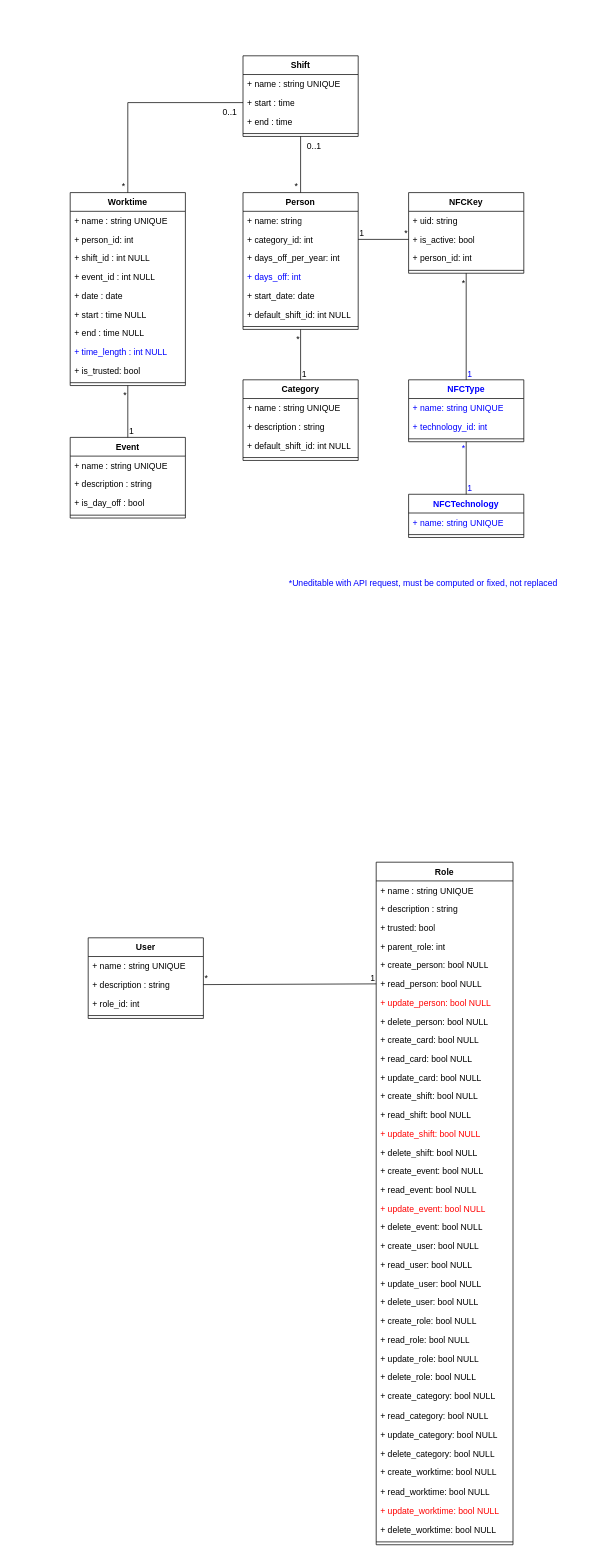
Above: TimeManagerMLD.drawio in FrShao/TimeManager (draw.io), before the change. Source tidied: cells renumbered, new cells numbered last; positions are measured from the earlier drawing's top-left corner, leaving out a move shared by most shapes. Both pictures are drawn from the tidied source at 72%, with x=0, y=0 at pixel (70, 55).
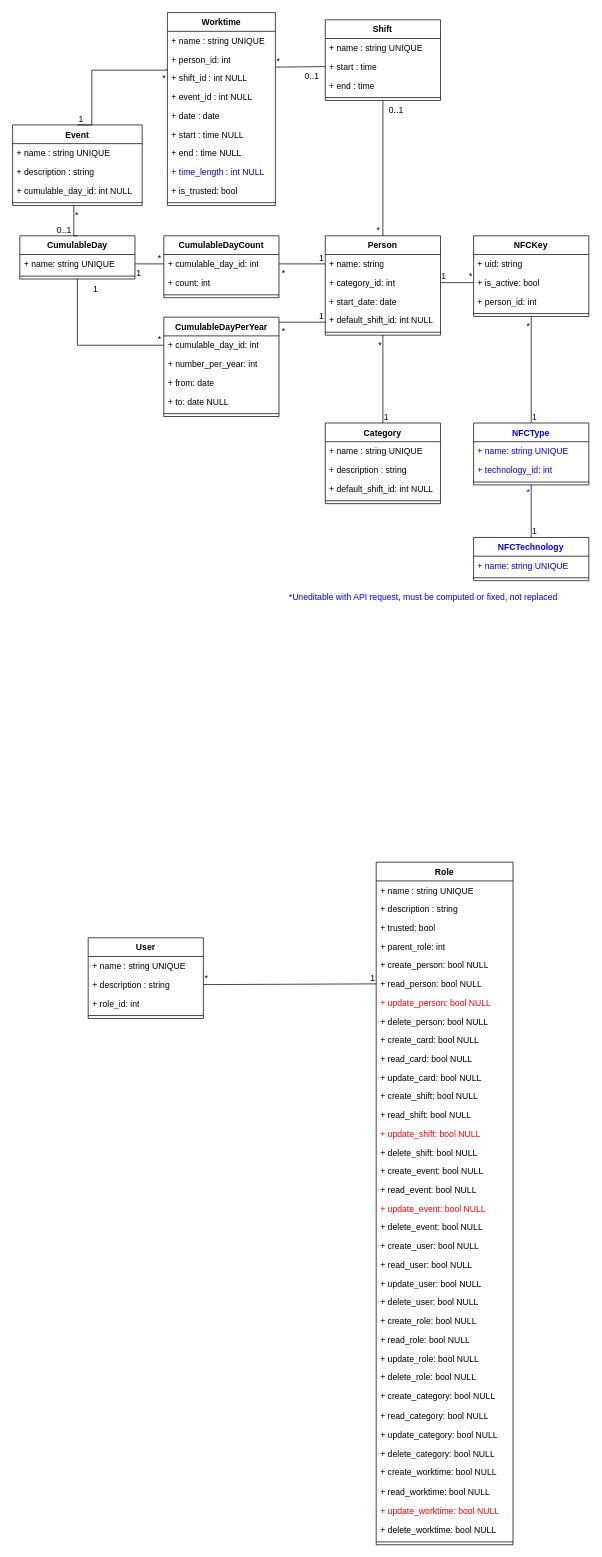
The same page after the edit.

Commit message (it also covers changes not shown here):
Mettre à jour TimeManagerMLD.drawio

Unchanged cells that the change refers to:
```xml
<mxCell id="70" value="+ start : time" style="text;strokeColor=none;fillColor=none;align=left;verticalAlign=top;spacingLeft=4;spacingRight=4;overflow=hidden;points=[[0,0.5],[1,0.5]];portConstraint=eastwest;whiteSpace=wrap;html=1;" parent="68" vertex="1">
  <mxGeometry y="52" width="160" height="26" as="geometry" />
</mxCell>
```

Change to the diagram source:
```diff
@@
     <mxCell id="2" value="Person" style="swimlane;fontStyle=1;align=center;verticalAlign=top;horizontal=1;startSize=26;whiteSpace=wrap;html=1;" parent="1" vertex="1">
-      <mxGeometry x="240" y="190" width="160" height="190" as="geometry" />
+      <mxGeometry x="354.3" y="250" width="160" height="138" as="geometry" />
     </mxCell>
@@
-    <mxCell id="5" value="+ days_off_per_year: int" style="text;strokeColor=none;fillColor=none;align=left;verticalAlign=top;spacingLeft=4;spacingRight=4;overflow=hidden;whiteSpace=wrap;html=1;" parent="2" vertex="1">
-      <mxGeometry y="78" width="160" height="26" as="geometry" />
-    </mxCell>
-    <mxCell id="6" value="+ days_off&lt;span style=&quot;background-color: initial;&quot;&gt;: int&lt;/span&gt;" style="text;strokeColor=none;fillColor=none;align=left;verticalAlign=top;spacingLeft=4;spacingRight=4;overflow=hidden;whiteSpace=wrap;html=1;fontColor=#0000FF;" parent="2" vertex="1">
-      <mxGeometry y="104" width="160" height="26" as="geometry" />
-    </mxCell>
     <mxCell id="7" value="+ start_date&lt;span style=&quot;background-color: initial;&quot;&gt;: date&lt;/span&gt;" style="text;strokeColor=none;fillColor=none;align=left;verticalAlign=top;spacingLeft=4;spacingRight=4;overflow=hidden;whiteSpace=wrap;html=1;" parent="2" vertex="1">
-      <mxGeometry y="130" width="160" height="26" as="geometry" />
+      <mxGeometry y="78" width="160" height="26" as="geometry" />
     </mxCell>
     <mxCell id="8" value="+ default_shift_id: int NULL" style="text;strokeColor=none;fillColor=none;align=left;verticalAlign=top;spacingLeft=4;spacingRight=4;overflow=hidden;whiteSpace=wrap;html=1;" parent="2" vertex="1">
-      <mxGeometry y="156" width="160" height="26" as="geometry" />
+      <mxGeometry y="104" width="160" height="26" as="geometry" />
     </mxCell>
     <mxCell id="9" style="line;strokeWidth=1;fillColor=none;align=left;verticalAlign=middle;spacingTop=-1;spacingLeft=3;spacingRight=3;labelPosition=right;strokeColor=inherit;" parent="2" vertex="1">
-      <mxGeometry y="182" width="160" height="8" as="geometry" />
+      <mxGeometry y="130" width="160" height="8" as="geometry" />
     </mxCell>
     <mxCell id="10" value="NFCKey" style="swimlane;fontStyle=1;align=center;verticalAlign=top;horizontal=1;startSize=26;whiteSpace=wrap;html=1;" parent="1" vertex="1">
-      <mxGeometry x="470" y="190" width="160" height="112" as="geometry" />
+      <mxGeometry x="560.3" y="250" width="160" height="112" as="geometry" />
     </mxCell>
@@
     <mxCell id="52" value="Category" style="swimlane;fontStyle=1;align=center;verticalAlign=top;horizontal=1;startSize=26;whiteSpace=wrap;html=1;" parent="1" vertex="1">
-      <mxGeometry x="240" y="450" width="160" height="112" as="geometry" />
+      <mxGeometry x="354.3" y="510" width="160" height="112" as="geometry" />
     </mxCell>
@@
     <mxCell id="57" value="Worktime" style="swimlane;fontStyle=1;align=center;verticalAlign=top;horizontal=1;startSize=26;whiteSpace=wrap;html=1;" parent="1" vertex="1">
-      <mxGeometry y="190" width="160" height="268" as="geometry" />
+      <mxGeometry x="135" y="-60" width="150" height="268" as="geometry" />
     </mxCell>
     <mxCell id="58" value="+ name : string UNIQUE" style="text;strokeColor=none;fillColor=none;align=left;verticalAlign=top;spacingLeft=4;spacingRight=4;overflow=hidden;whiteSpace=wrap;html=1;" parent="57" vertex="1">
-      <mxGeometry y="26" width="160" height="26" as="geometry" />
+      <mxGeometry y="26" width="150" height="26" as="geometry" />
     </mxCell>
     <mxCell id="59" value="+ person_id: int" style="text;strokeColor=none;fillColor=none;align=left;verticalAlign=top;spacingLeft=4;spacingRight=4;overflow=hidden;points=[[0,0.5],[1,0.5]];portConstraint=eastwest;whiteSpace=wrap;html=1;" parent="57" vertex="1">
-      <mxGeometry y="52" width="160" height="26" as="geometry" />
+      <mxGeometry y="52" width="150" height="26" as="geometry" />
     </mxCell>
     <mxCell id="60" value="+ shift_id : int NULL" style="text;strokeColor=none;fillColor=none;align=left;verticalAlign=top;spacingLeft=4;spacingRight=4;overflow=hidden;points=[[0,0.5],[1,0.5]];portConstraint=eastwest;whiteSpace=wrap;html=1;" parent="57" vertex="1">
-      <mxGeometry y="78" width="160" height="26" as="geometry" />
+      <mxGeometry y="78" width="150" height="26" as="geometry" />
     </mxCell>
     <mxCell id="61" value="+ event_id : int NULL" style="text;strokeColor=none;fillColor=none;align=left;verticalAlign=top;spacingLeft=4;spacingRight=4;overflow=hidden;whiteSpace=wrap;html=1;" parent="57" vertex="1">
-      <mxGeometry y="104" width="160" height="26" as="geometry" />
+      <mxGeometry y="104" width="150" height="26" as="geometry" />
     </mxCell>
     <mxCell id="62" value="+ date : date&amp;nbsp;" style="text;strokeColor=none;fillColor=none;align=left;verticalAlign=top;spacingLeft=4;spacingRight=4;overflow=hidden;whiteSpace=wrap;html=1;" parent="57" vertex="1">
-      <mxGeometry y="130" width="160" height="26" as="geometry" />
+      <mxGeometry y="130" width="150" height="26" as="geometry" />
     </mxCell>
     <mxCell id="63" value="+ start : time NULL" style="text;strokeColor=none;fillColor=none;align=left;verticalAlign=top;spacingLeft=4;spacingRight=4;overflow=hidden;whiteSpace=wrap;html=1;" parent="57" vertex="1">
-      <mxGeometry y="156" width="160" height="26" as="geometry" />
+      <mxGeometry y="156" width="150" height="26" as="geometry" />
     </mxCell>
     <mxCell id="64" value="+ end : time&amp;nbsp;NULL" style="text;strokeColor=none;fillColor=none;align=left;verticalAlign=top;spacingLeft=4;spacingRight=4;overflow=hidden;whiteSpace=wrap;html=1;" parent="57" vertex="1">
-      <mxGeometry y="182" width="160" height="26" as="geometry" />
+      <mxGeometry y="182" width="150" height="26" as="geometry" />
     </mxCell>
     <mxCell id="65" value="+ time_length : int NULL" style="text;strokeColor=none;fillColor=none;align=left;verticalAlign=top;spacingLeft=4;spacingRight=4;overflow=hidden;whiteSpace=wrap;html=1;fontColor=#0000FF;" parent="57" vertex="1">
-      <mxGeometry y="208" width="160" height="26" as="geometry" />
+      <mxGeometry y="208" width="150" height="26" as="geometry" />
     </mxCell>
     <mxCell id="66" value="+ is_trusted: bool" style="text;strokeColor=none;fillColor=none;align=left;verticalAlign=top;spacingLeft=4;spacingRight=4;overflow=hidden;whiteSpace=wrap;html=1;" parent="57" vertex="1">
-      <mxGeometry y="234" width="160" height="26" as="geometry" />
+      <mxGeometry y="234" width="150" height="26" as="geometry" />
     </mxCell>
     <mxCell id="67" style="line;strokeWidth=1;fillColor=none;align=left;verticalAlign=middle;spacingTop=-1;spacingLeft=3;spacingRight=3;labelPosition=right;strokeColor=inherit;" parent="57" vertex="1">
-      <mxGeometry y="260" width="160" height="8" as="geometry" />
+      <mxGeometry y="260" width="150" height="8" as="geometry" />
     </mxCell>
     <mxCell id="68" value="Shift" style="swimlane;fontStyle=1;align=center;verticalAlign=top;horizontal=1;startSize=26;whiteSpace=wrap;html=1;" parent="1" vertex="1">
-      <mxGeometry x="240" width="160" height="112" as="geometry" />
+      <mxGeometry x="354.3" y="-50" width="160" height="112" as="geometry" />
     </mxCell>
@@
     <mxCell id="87" value="Event" style="swimlane;fontStyle=1;align=center;verticalAlign=top;horizontal=1;startSize=26;whiteSpace=wrap;html=1;" parent="1" vertex="1">
-      <mxGeometry y="530" width="160" height="112" as="geometry" />
+      <mxGeometry x="-80" y="96" width="180" height="112" as="geometry" />
     </mxCell>
     <mxCell id="88" value="+ name : string UNIQUE" style="text;strokeColor=none;fillColor=none;align=left;verticalAlign=top;spacingLeft=4;spacingRight=4;overflow=hidden;whiteSpace=wrap;html=1;" parent="87" vertex="1">
-      <mxGeometry y="26" width="160" height="26" as="geometry" />
+      <mxGeometry y="26" width="180" height="26" as="geometry" />
     </mxCell>
     <mxCell id="89" value="+ description : string" style="text;strokeColor=none;fillColor=none;align=left;verticalAlign=top;spacingLeft=4;spacingRight=4;overflow=hidden;whiteSpace=wrap;html=1;" parent="87" vertex="1">
-      <mxGeometry y="52" width="160" height="26" as="geometry" />
+      <mxGeometry y="52" width="180" height="26" as="geometry" />
     </mxCell>
-    <mxCell id="90" value="+ is_day_off : bool" style="text;strokeColor=none;fillColor=none;align=left;verticalAlign=top;spacingLeft=4;spacingRight=4;overflow=hidden;whiteSpace=wrap;html=1;" parent="87" vertex="1">
-      <mxGeometry y="78" width="160" height="26" as="geometry" />
-    </mxCell>
+    <mxCell id="115" value="+ cumulable_day_id: int NULL" style="text;strokeColor=none;fillColor=none;align=left;verticalAlign=top;spacingLeft=4;spacingRight=4;overflow=hidden;whiteSpace=wrap;html=1;" parent="87" vertex="1">
+      <mxGeometry y="78" width="180" height="26" as="geometry" />
+    </mxCell>
     <mxCell id="91" style="line;strokeWidth=1;fillColor=none;align=left;verticalAlign=middle;spacingTop=-1;spacingLeft=3;spacingRight=3;labelPosition=right;strokeColor=inherit;" parent="87" vertex="1">
-      <mxGeometry y="104" width="160" height="8" as="geometry" />
+      <mxGeometry y="104" width="180" height="8" as="geometry" />
     </mxCell>
@@
     <mxCell id="95" value="NFCType" style="swimlane;fontStyle=1;align=center;verticalAlign=top;horizontal=1;startSize=26;whiteSpace=wrap;html=1;fontColor=#0000FF;" parent="1" vertex="1">
-      <mxGeometry x="470" y="450" width="160" height="86" as="geometry" />
+      <mxGeometry x="560.3" y="510" width="160" height="86" as="geometry" />
     </mxCell>
@@
     <mxCell id="99" value="NFCTechnology" style="swimlane;fontStyle=1;align=center;verticalAlign=top;horizontal=1;startSize=26;whiteSpace=wrap;html=1;fontColor=#0000FF;" parent="1" vertex="1">
-      <mxGeometry x="470" y="609" width="160" height="60" as="geometry" />
+      <mxGeometry x="560.3" y="669" width="160" height="60" as="geometry" />
     </mxCell>
@@
-    <mxCell id="108" style="endArrow=none;html=1;rounded=0;exitX=0.5;exitY=0;exitDx=0;exitDy=0;entryX=0;entryY=0.5;entryDx=0;entryDy=0;edgeStyle=orthogonalEdgeStyle;" parent="1" edge="1" source="57" target="70">
-      <mxGeometry relative="1" as="geometry" />
+    <mxCell id="108" style="endArrow=none;html=1;rounded=0;entryX=0;entryY=0.5;entryDx=0;entryDy=0;edgeStyle=orthogonalEdgeStyle;exitX=1.003;exitY=0.908;exitDx=0;exitDy=0;exitPerimeter=0;" parent="1" edge="1" source="59" target="70">
+      <mxGeometry relative="1" as="geometry">
+        <Array as="points">
+          <mxPoint x="300" y="16" />
+        </Array>
+      </mxGeometry>
     </mxCell>
     <mxCell id="109" value="*" style="html=1;whiteSpace=wrap;align=left;verticalAlign=bottom;" parent="108" vertex="1">
-      <mxGeometry x="-1" relative="1" as="geometry">
-        <mxPoint x="-10" as="offset" />
-      </mxGeometry>
+      <mxGeometry x="-1" relative="1" as="geometry" />
     </mxCell>
@@
-    <mxCell id="111" style="endArrow=none;html=1;rounded=0;exitX=0.5;exitY=0;exitDx=0;exitDy=0;entryX=0.5;entryY=1;entryDx=0;entryDy=0;" parent="1" edge="1" source="87" target="57">
-      <mxGeometry relative="1" as="geometry" />
+    <mxCell id="111" style="endArrow=none;html=1;rounded=0;exitX=0.5;exitY=0;exitDx=0;exitDy=0;entryX=-0.006;entryY=0.013;entryDx=0;entryDy=0;edgeStyle=orthogonalEdgeStyle;entryPerimeter=0;" parent="1" edge="1" source="87" target="60">
+      <mxGeometry relative="1" as="geometry">
+        <Array as="points">
+          <mxPoint x="30" y="20" />
+          <mxPoint x="134" y="20" />
+        </Array>
+      </mxGeometry>
     </mxCell>
@@
     <mxCell id="114" value="*Uneditable with API request, must be computed or fixed, not replaced" style="text;html=1;align=center;verticalAlign=middle;strokeColor=none;fillColor=none;fontColor=#0000FF;" parent="1" vertex="1">
-      <mxGeometry x="290" y="718" width="400" height="30" as="geometry" />
+      <mxGeometry x="290" y="737" width="400" height="30" as="geometry" />
     </mxCell>
+    <mxCell id="116" value="CumulableDay" style="swimlane;fontStyle=1;align=center;verticalAlign=top;horizontal=1;startSize=26;whiteSpace=wrap;html=1;" parent="1" vertex="1">
+      <mxGeometry x="-70" y="250" width="160" height="60" as="geometry" />
+    </mxCell>
+    <mxCell id="117" value="+ name: string UNIQUE" style="text;strokeColor=none;fillColor=none;align=left;verticalAlign=top;spacingLeft=4;spacingRight=4;overflow=hidden;points=[[0,0.5],[1,0.5]];portConstraint=eastwest;whiteSpace=wrap;html=1;" parent="116" vertex="1">
+      <mxGeometry y="26" width="160" height="26" as="geometry" />
+    </mxCell>
+    <mxCell id="118" style="line;strokeWidth=1;fillColor=none;align=left;verticalAlign=middle;spacingTop=-1;spacingLeft=3;spacingRight=3;labelPosition=right;strokeColor=inherit;" parent="116" vertex="1">
+      <mxGeometry y="52" width="160" height="8" as="geometry" />
+    </mxCell>
+    <mxCell id="119" value="CumulableDayPerYear" style="swimlane;fontStyle=1;align=center;verticalAlign=top;horizontal=1;startSize=26;whiteSpace=wrap;html=1;" parent="1" vertex="1">
+      <mxGeometry x="130" y="363" width="160" height="138" as="geometry" />
+    </mxCell>
+    <mxCell id="120" value="+ cumulable_day_id: int" style="text;strokeColor=none;fillColor=none;align=left;verticalAlign=top;spacingLeft=4;spacingRight=4;overflow=hidden;points=[[0,0.5],[1,0.5]];portConstraint=eastwest;whiteSpace=wrap;html=1;" parent="119" vertex="1">
+      <mxGeometry y="26" width="160" height="26" as="geometry" />
+    </mxCell>
+    <mxCell id="121" value="+ number_per_year: int" style="text;strokeColor=none;fillColor=none;align=left;verticalAlign=top;spacingLeft=4;spacingRight=4;overflow=hidden;whiteSpace=wrap;html=1;" parent="119" vertex="1">
+      <mxGeometry y="52" width="160" height="26" as="geometry" />
+    </mxCell>
+    <mxCell id="122" value="+ from: date" style="text;strokeColor=none;fillColor=none;align=left;verticalAlign=top;spacingLeft=4;spacingRight=4;overflow=hidden;whiteSpace=wrap;html=1;" parent="119" vertex="1">
+      <mxGeometry y="78" width="160" height="26" as="geometry" />
+    </mxCell>
+    <mxCell id="123" value="+ to: date NULL" style="text;strokeColor=none;fillColor=none;align=left;verticalAlign=top;spacingLeft=4;spacingRight=4;overflow=hidden;whiteSpace=wrap;html=1;" parent="119" vertex="1">
+      <mxGeometry y="104" width="160" height="26" as="geometry" />
+    </mxCell>
+    <mxCell id="124" style="line;strokeWidth=1;fillColor=none;align=left;verticalAlign=middle;spacingTop=-1;spacingLeft=3;spacingRight=3;labelPosition=right;strokeColor=inherit;" parent="119" vertex="1">
+      <mxGeometry y="130" width="160" height="8" as="geometry" />
+    </mxCell>
+    <mxCell id="125" value="CumulableDayCount" style="swimlane;fontStyle=1;align=center;verticalAlign=top;horizontal=1;startSize=26;whiteSpace=wrap;html=1;" parent="1" vertex="1">
+      <mxGeometry x="130" y="250" width="160" height="86" as="geometry" />
+    </mxCell>
+    <mxCell id="126" value="+ cumulable_day_id: int" style="text;strokeColor=none;fillColor=none;align=left;verticalAlign=top;spacingLeft=4;spacingRight=4;overflow=hidden;points=[[0,0.5],[1,0.5]];portConstraint=eastwest;whiteSpace=wrap;html=1;" parent="125" vertex="1">
+      <mxGeometry y="26" width="160" height="26" as="geometry" />
+    </mxCell>
+    <mxCell id="127" value="+ count: int" style="text;strokeColor=none;fillColor=none;align=left;verticalAlign=top;spacingLeft=4;spacingRight=4;overflow=hidden;whiteSpace=wrap;html=1;" parent="125" vertex="1">
+      <mxGeometry y="52" width="160" height="26" as="geometry" />
+    </mxCell>
+    <mxCell id="128" style="line;strokeWidth=1;fillColor=none;align=left;verticalAlign=middle;spacingTop=-1;spacingLeft=3;spacingRight=3;labelPosition=right;strokeColor=inherit;" parent="125" vertex="1">
+      <mxGeometry y="78" width="160" height="8" as="geometry" />
+    </mxCell>
+    <mxCell id="129" style="endArrow=none;html=1;rounded=0;entryX=0.5;entryY=0;entryDx=0;entryDy=0;edgeStyle=orthogonalEdgeStyle;" parent="1" edge="1" target="116">
+      <mxGeometry relative="1" as="geometry">
+        <mxPoint x="5" y="208" as="sourcePoint" />
+        <Array as="points">
+          <mxPoint x="5" y="208" />
+          <mxPoint x="5" y="250" />
+        </Array>
+      </mxGeometry>
+    </mxCell>
+    <mxCell id="130" value="*" style="html=1;whiteSpace=wrap;align=left;verticalAlign=bottom;" parent="129" vertex="1">
+      <mxGeometry x="-1" relative="1" as="geometry">
+        <mxPoint y="22" as="offset" />
+      </mxGeometry>
+    </mxCell>
+    <mxCell id="131" value="0..1" style="html=1;whiteSpace=wrap;align=right;verticalAlign=bottom;" parent="129" vertex="1">
+      <mxGeometry x="1" relative="1" as="geometry">
+        <mxPoint x="-7" as="offset" />
+      </mxGeometry>
+    </mxCell>
+    <mxCell id="132" style="endArrow=none;html=1;rounded=0;exitX=0;exitY=0.5;exitDx=0;exitDy=0;entryX=0.5;entryY=1;entryDx=0;entryDy=0;edgeStyle=orthogonalEdgeStyle;" parent="1" edge="1" source="120" target="116">
+      <mxGeometry relative="1" as="geometry" />
+    </mxCell>
+    <mxCell id="133" value="*" style="html=1;whiteSpace=wrap;align=left;verticalAlign=bottom;" parent="132" vertex="1">
+      <mxGeometry x="-1" relative="1" as="geometry">
+        <mxPoint x="-10" as="offset" />
+      </mxGeometry>
+    </mxCell>
+    <mxCell id="134" value="1" style="html=1;whiteSpace=wrap;align=right;verticalAlign=bottom;" parent="132" vertex="1">
+      <mxGeometry x="1" relative="1" as="geometry">
+        <mxPoint x="30" y="22" as="offset" />
+      </mxGeometry>
+    </mxCell>
+    <mxCell id="135" style="endArrow=none;html=1;rounded=0;exitX=0;exitY=0.5;exitDx=0;exitDy=0;entryX=1;entryY=0.5;entryDx=0;entryDy=0;edgeStyle=orthogonalEdgeStyle;" parent="1" edge="1" source="126" target="117">
+      <mxGeometry relative="1" as="geometry" />
+    </mxCell>
+    <mxCell id="136" value="*" style="html=1;whiteSpace=wrap;align=left;verticalAlign=bottom;" parent="135" vertex="1">
+      <mxGeometry x="-1" relative="1" as="geometry">
+        <mxPoint x="-10" as="offset" />
+      </mxGeometry>
+    </mxCell>
+    <mxCell id="137" value="1" style="html=1;whiteSpace=wrap;align=right;verticalAlign=bottom;" parent="135" vertex="1">
+      <mxGeometry x="1" relative="1" as="geometry">
+        <mxPoint x="10" y="21" as="offset" />
+      </mxGeometry>
+    </mxCell>
+    <mxCell id="138" style="endArrow=none;html=1;rounded=0;exitX=0;exitY=0.5;exitDx=0;exitDy=0;entryX=1;entryY=0.5;entryDx=0;entryDy=0;edgeStyle=orthogonalEdgeStyle;" parent="1" edge="1">
+      <mxGeometry relative="1" as="geometry">
+        <mxPoint x="354.3" y="289" as="sourcePoint" />
+        <mxPoint x="290" y="289" as="targetPoint" />
+      </mxGeometry>
+    </mxCell>
+    <mxCell id="139" value="1" style="html=1;whiteSpace=wrap;align=left;verticalAlign=bottom;" parent="138" vertex="1">
+      <mxGeometry x="-1" relative="1" as="geometry">
+        <mxPoint x="-10" as="offset" />
+      </mxGeometry>
+    </mxCell>
+    <mxCell id="140" value="*" style="html=1;whiteSpace=wrap;align=right;verticalAlign=bottom;" parent="138" vertex="1">
+      <mxGeometry x="1" relative="1" as="geometry">
+        <mxPoint x="10" y="21" as="offset" />
+      </mxGeometry>
+    </mxCell>
+    <mxCell id="141" style="endArrow=none;html=1;rounded=0;exitX=0;exitY=0.5;exitDx=0;exitDy=0;entryX=1;entryY=0.5;entryDx=0;entryDy=0;edgeStyle=orthogonalEdgeStyle;" parent="1" edge="1">
+      <mxGeometry relative="1" as="geometry">
+        <mxPoint x="354.3" y="370" as="sourcePoint" />
+        <mxPoint x="290" y="370" as="targetPoint" />
+      </mxGeometry>
+    </mxCell>
+    <mxCell id="142" value="1" style="html=1;whiteSpace=wrap;align=left;verticalAlign=bottom;" parent="141" vertex="1">
+      <mxGeometry x="-1" relative="1" as="geometry">
+        <mxPoint x="-10" as="offset" />
+      </mxGeometry>
+    </mxCell>
+    <mxCell id="143" value="*" style="html=1;whiteSpace=wrap;align=right;verticalAlign=bottom;" parent="141" vertex="1">
+      <mxGeometry x="1" relative="1" as="geometry">
+        <mxPoint x="10" y="21" as="offset" />
+      </mxGeometry>
+    </mxCell>
```
